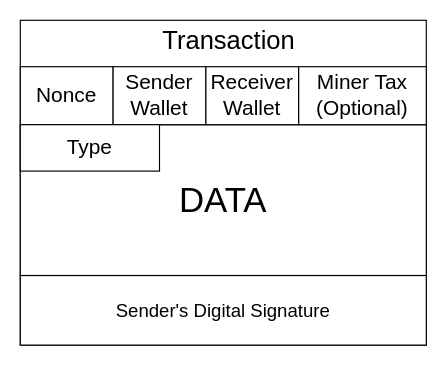
Before: Diagrams/Transaction.drawio in MlgEpicBanana69/dreamveil, a draw.io diagram. Source tidied: cells renumbered, new cells numbered last; positions are measured from the earlier drawing's top-left corner, leaving out a move shared by most shapes. Both pictures are drawn from the tidied source at 116%, with x=0, y=0 at pixel (20, 20).
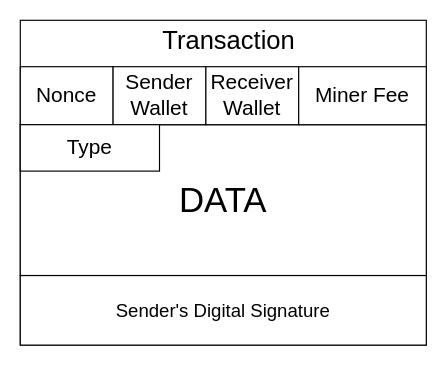
The same page after the edit.

Diff of the diagram source:
```diff
@@
 <mxGraphModel>
   <root>
     <mxCell id="0" />
     <mxCell id="1" parent="0" />
     <mxCell id="2" style="rounded=0;whiteSpace=wrap;html=1;" parent="1" vertex="1">
       <mxGeometry width="350" height="280" as="geometry" />
     </mxCell>
     <mxCell id="3" value="&lt;span&gt;&lt;font style=&quot;font-size: 16px&quot;&gt;Sender's Digital Signature&lt;/font&gt;&lt;/span&gt;" style="rounded=0;whiteSpace=wrap;html=1;" parent="1" vertex="1">
       <mxGeometry y="220" width="350" height="60" as="geometry" />
     </mxCell>
     <mxCell id="4" value="&lt;font style=&quot;font-size: 30px&quot;&gt;DATA&lt;/font&gt;" style="rounded=0;whiteSpace=wrap;html=1;" parent="1" vertex="1">
       <mxGeometry y="90" width="350" height="130" as="geometry" />
     </mxCell>
     <mxCell id="5" value="&lt;font style=&quot;font-size: 22px;&quot;&gt;Transaction&lt;/font&gt;" style="text;html=1;strokeColor=none;fillColor=none;align=center;verticalAlign=middle;whiteSpace=wrap;rounded=0;fontSize=22;" parent="1" vertex="1">
       <mxGeometry x="105" y="3" width="150" height="30" as="geometry" />
     </mxCell>
     <mxCell id="6" value="Nonce" style="rounded=0;whiteSpace=wrap;html=1;fontSize=18;" parent="1" vertex="1">
       <mxGeometry y="40" width="80" height="50" as="geometry" />
     </mxCell>
     <mxCell id="7" value="Sender&lt;br style=&quot;font-size: 18px;&quot;&gt;Wallet" style="rounded=0;whiteSpace=wrap;html=1;fontSize=18;" parent="1" vertex="1">
       <mxGeometry x="80" y="40" width="80" height="50" as="geometry" />
     </mxCell>
     <mxCell id="8" value="Receiver&lt;br style=&quot;font-size: 18px;&quot;&gt;Wallet" style="rounded=0;whiteSpace=wrap;html=1;fontSize=18;" parent="1" vertex="1">
       <mxGeometry x="160" y="40" width="80" height="50" as="geometry" />
     </mxCell>
     <mxCell id="9" value="Type" style="rounded=0;whiteSpace=wrap;html=1;fontSize=18;" parent="1" vertex="1">
       <mxGeometry y="90" width="120" height="40" as="geometry" />
     </mxCell>
-    <mxCell id="10" value="Miner Tax (Optional)" style="rounded=0;whiteSpace=wrap;html=1;fontSize=18;" parent="1" vertex="1">
+    <mxCell id="10" value="Miner Fee" style="rounded=0;whiteSpace=wrap;html=1;fontSize=18;" parent="1" vertex="1">
       <mxGeometry x="240" y="40" width="110" height="50" as="geometry" />
     </mxCell>
   </root>
 </mxGraphModel>
```
